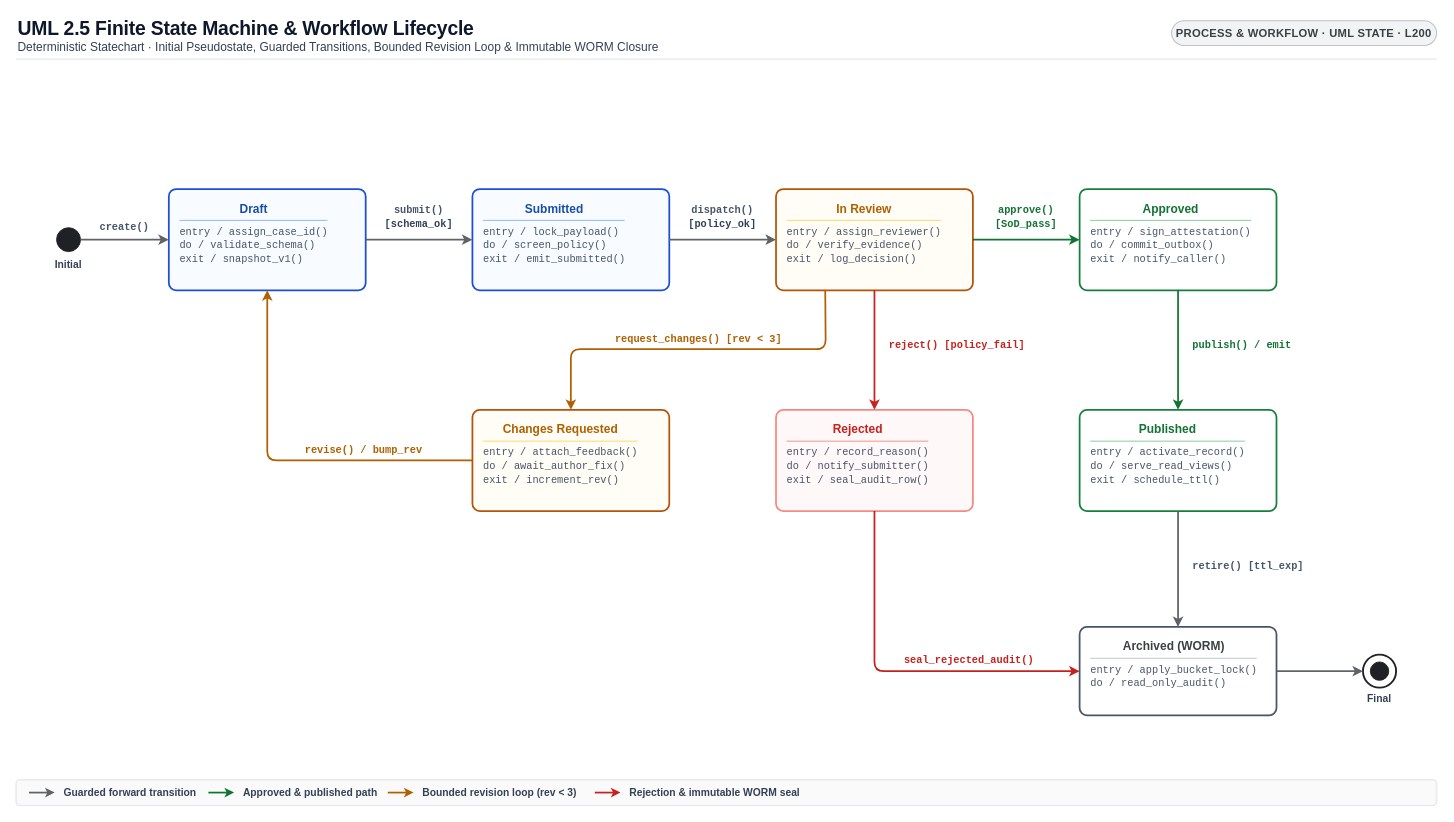
Above: public/architecture-templates/xml/template_12.drawio in nitinaggarwal-12/PromptCanvas (draw.io), before the change. Source tidied: cells renumbered, new cells numbered last; positions are measured from the earlier drawing's top-left corner, leaving out a move shared by most shapes. Both pictures are drawn from the tidied source at 92%, with x=0, y=0 at pixel (16, 16).
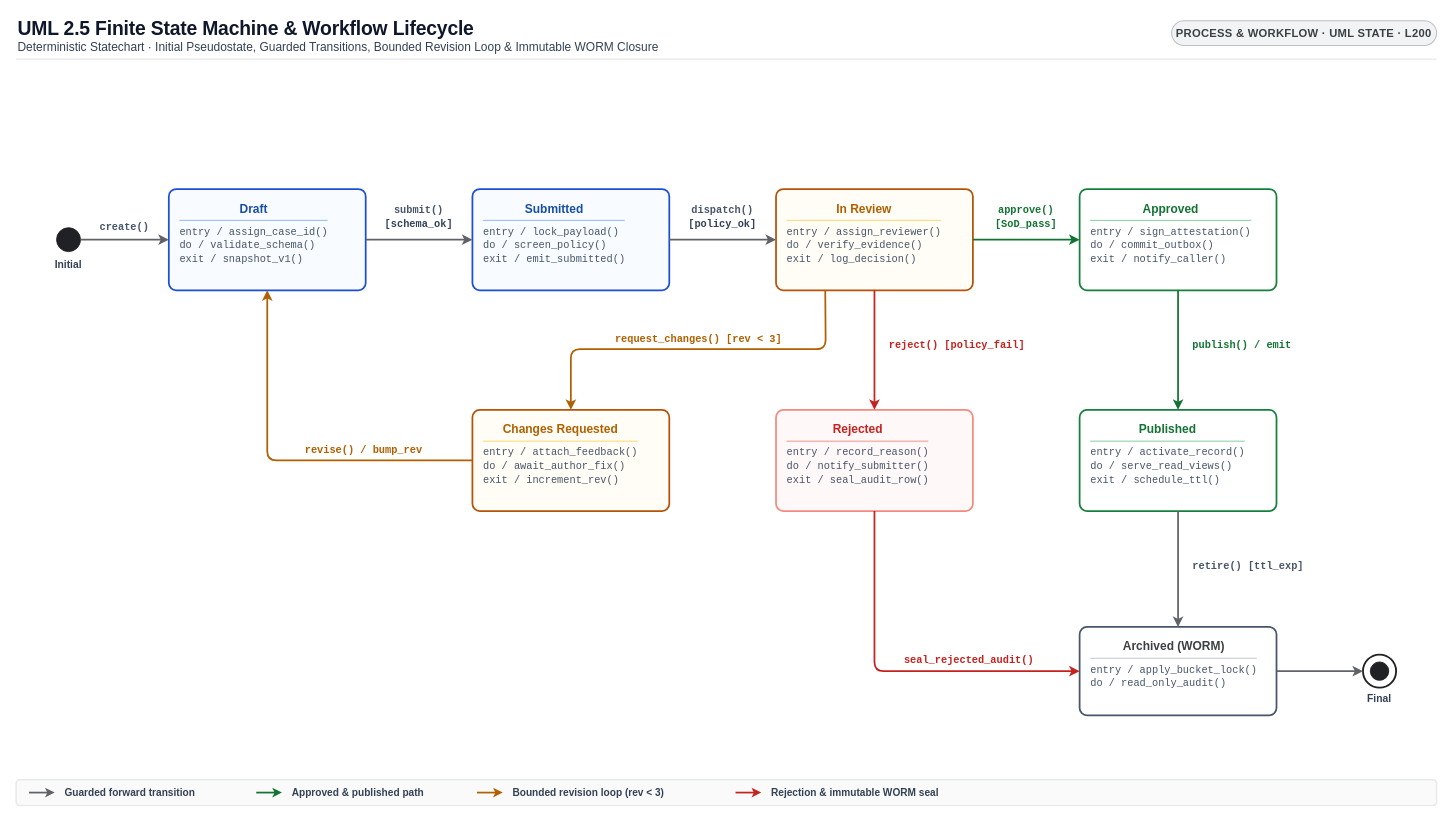
After the change.

Change to the diagram source:
```diff
@@
-    <mxCell id="45" value="&lt;div style=&quot;font-family:'Google Sans Text',sans-serif;font-size:11.2px;font-weight:700;line-height:1.18;color:#334155;text-align:left;white-space:nowrap;&quot;&gt;Guarded forward transition&lt;/div&gt;" style="text;html=1;align=left;verticalAlign=middle;whiteSpace=wrap;strokeColor=none;fillColor=none;spacingLeft=3;spacingRight=3;" parent="1" vertex="1">
-      <mxGeometry x="47" y="836" width="160" height="16" as="geometry" />
+    <mxCell id="45" value="&lt;div style=&quot;font-family:'Google Sans Text',sans-serif;font-size:11.0px;font-weight:700;line-height:1.18;color:#334155;text-align:left;white-space:nowrap;&quot;&gt;Guarded forward transition&lt;/div&gt;" style="text;html=1;align=left;verticalAlign=middle;whiteSpace=wrap;strokeColor=none;fillColor=none;spacingLeft=3;spacingRight=3;" parent="1" vertex="1">
+      <mxGeometry x="48" y="836" width="189" height="16" as="geometry" />
     </mxCell>
     <mxCell id="46" style="endArrow=classic;endFill=1;endSize=4.5;html=1;strokeColor=#137333;strokeWidth=1.9;" parent="1" edge="1">
       <mxGeometry relative="1" as="geometry">
-        <mxPoint x="209" y="844" as="sourcePoint" />
-        <mxPoint x="237" y="844" as="targetPoint" />
+        <mxPoint x="261" y="844" as="sourcePoint" />
+        <mxPoint x="289" y="844" as="targetPoint" />
       </mxGeometry>
     </mxCell>
-    <mxCell id="47" value="&lt;div style=&quot;font-family:'Google Sans Text',sans-serif;font-size:11.2px;font-weight:700;line-height:1.18;color:#334155;text-align:left;white-space:nowrap;&quot;&gt;Approved &amp;amp; published path&lt;/div&gt;" style="text;html=1;align=left;verticalAlign=middle;whiteSpace=wrap;strokeColor=none;fillColor=none;spacingLeft=3;spacingRight=3;" parent="1" vertex="1">
-      <mxGeometry x="242" y="836" width="160" height="16" as="geometry" />
+    <mxCell id="47" value="&lt;div style=&quot;font-family:'Google Sans Text',sans-serif;font-size:11.0px;font-weight:700;line-height:1.18;color:#334155;text-align:left;white-space:nowrap;&quot;&gt;Approved &amp;amp; published path&lt;/div&gt;" style="text;html=1;align=left;verticalAlign=middle;whiteSpace=wrap;strokeColor=none;fillColor=none;spacingLeft=3;spacingRight=3;" parent="1" vertex="1">
+      <mxGeometry x="295" y="836" width="182" height="16" as="geometry" />
     </mxCell>
     <mxCell id="48" style="endArrow=classic;endFill=1;endSize=4.5;html=1;strokeColor=#B06000;strokeWidth=1.9;" parent="1" edge="1">
       <mxGeometry relative="1" as="geometry">
-        <mxPoint x="404" y="844" as="sourcePoint" />
-        <mxPoint x="432" y="844" as="targetPoint" />
+        <mxPoint x="501" y="844" as="sourcePoint" />
+        <mxPoint x="529" y="844" as="targetPoint" />
       </mxGeometry>
     </mxCell>
-    <mxCell id="49" value="&lt;div style=&quot;font-family:'Google Sans Text',sans-serif;font-size:11.2px;font-weight:700;line-height:1.18;color:#334155;text-align:left;white-space:nowrap;&quot;&gt;Bounded revision loop (rev &amp;lt; 3)&lt;/div&gt;" style="text;html=1;align=left;verticalAlign=middle;whiteSpace=wrap;strokeColor=none;fillColor=none;spacingLeft=3;spacingRight=3;" parent="1" vertex="1">
-      <mxGeometry x="437" y="836" width="190" height="16" as="geometry" />
+    <mxCell id="49" value="&lt;div style=&quot;font-family:'Google Sans Text',sans-serif;font-size:11.0px;font-weight:700;line-height:1.18;color:#334155;text-align:left;white-space:nowrap;&quot;&gt;Bounded revision loop (rev &amp;lt; 3)&lt;/div&gt;" style="text;html=1;align=left;verticalAlign=middle;whiteSpace=wrap;strokeColor=none;fillColor=none;spacingLeft=3;spacingRight=3;" parent="1" vertex="1">
+      <mxGeometry x="535" y="836" width="223" height="16" as="geometry" />
     </mxCell>
     <mxCell id="50" style="endArrow=classic;endFill=1;endSize=4.5;html=1;strokeColor=#C5221F;strokeWidth=1.9;" parent="1" edge="1">
       <mxGeometry relative="1" as="geometry">
-        <mxPoint x="629" y="844" as="sourcePoint" />
-        <mxPoint x="657" y="844" as="targetPoint" />
+        <mxPoint x="782" y="844" as="sourcePoint" />
+        <mxPoint x="810" y="844" as="targetPoint" />
       </mxGeometry>
     </mxCell>
-    <mxCell id="51" value="&lt;div style=&quot;font-family:'Google Sans Text',sans-serif;font-size:11.2px;font-weight:700;line-height:1.18;color:#334155;text-align:left;white-space:nowrap;&quot;&gt;Rejection &amp;amp; immutable WORM seal&lt;/div&gt;" style="text;html=1;align=left;verticalAlign=middle;whiteSpace=wrap;strokeColor=none;fillColor=none;spacingLeft=3;spacingRight=3;" parent="1" vertex="1">
-      <mxGeometry x="662" y="836" width="195" height="16" as="geometry" />
+    <mxCell id="51" value="&lt;div style=&quot;font-family:'Google Sans Text',sans-serif;font-size:11.0px;font-weight:700;line-height:1.18;color:#334155;text-align:left;white-space:nowrap;&quot;&gt;Rejection &amp;amp; immutable WORM seal&lt;/div&gt;" style="text;html=1;align=left;verticalAlign=middle;whiteSpace=wrap;strokeColor=none;fillColor=none;spacingLeft=3;spacingRight=3;" parent="1" vertex="1">
+      <mxGeometry x="816" y="836" width="223" height="16" as="geometry" />
     </mxCell>
```
